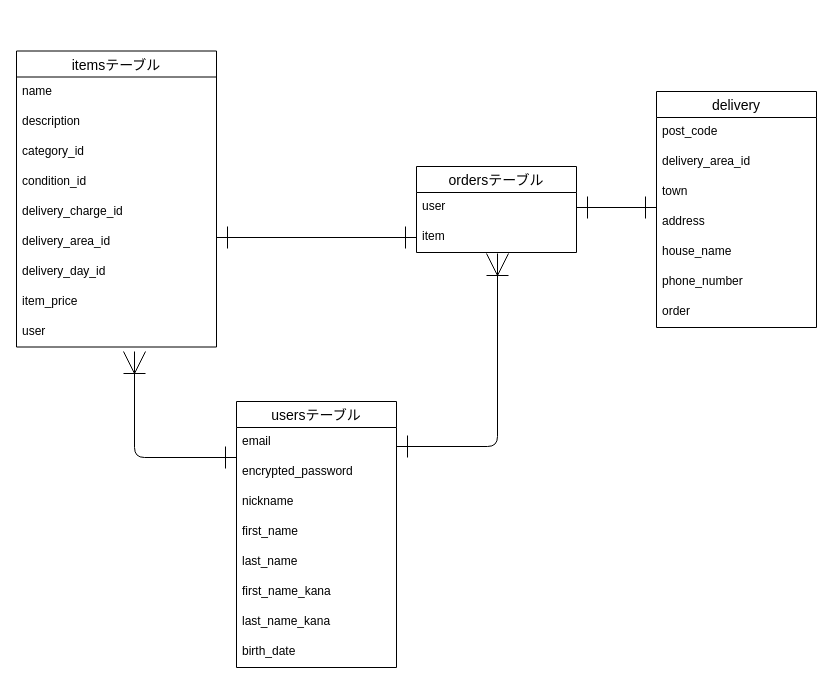
The draw.io diagram furima.dio in rinooooo/furima-38253, before the edit. Source tidied: cells renumbered, new cells numbered last; positions are measured from the earlier drawing's top-left corner, leaving out a move shared by most shapes. Both pictures are drawn from the tidied source at 100%, with x=0, y=0 at pixel (16, 51).
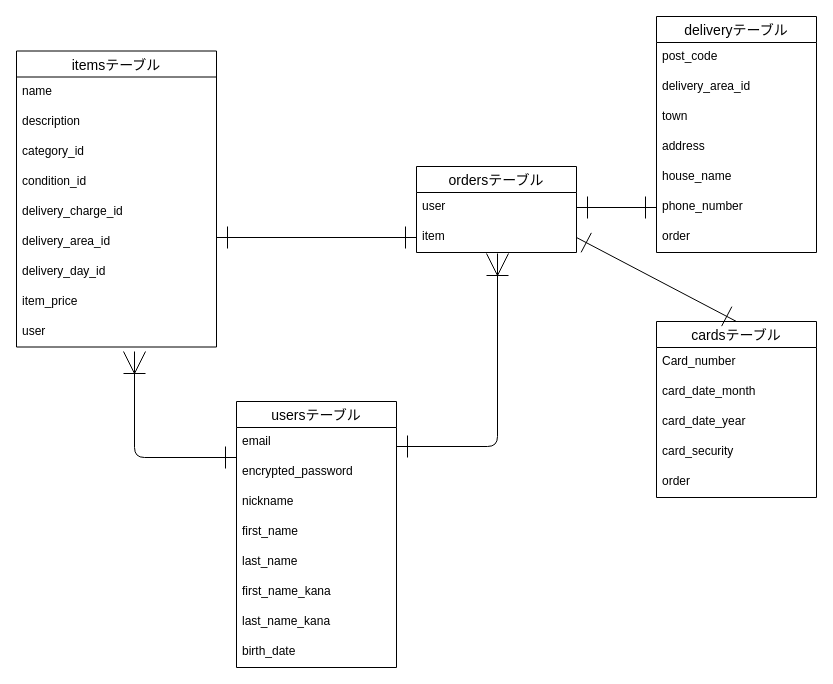
After the change.

Unchanged cells that the change refers to:
```xml
<mxCell id="4" value="item" style="text;strokeColor=none;fillColor=none;spacingLeft=4;spacingRight=4;overflow=hidden;points=[[0,0.5],[1,0.5]];portConstraint=eastwest;fontSize=12;" parent="2" vertex="1">
  <mxGeometry y="56" width="160" height="30" as="geometry" />
</mxCell>
```

What changed in the source:
```diff
@@
-    <mxCell id="28" value="delivery" style="swimlane;fontStyle=0;horizontal=1;startSize=26;align=center;fontSize=14;" parent="1" vertex="1">
-      <mxGeometry x="640" y="40" width="160" height="236" as="geometry" />
+    <mxCell id="28" value="deliveryテーブル" style="swimlane;fontStyle=0;horizontal=1;startSize=26;align=center;fontSize=14;" parent="1" vertex="1">
+      <mxGeometry x="640" y="-35" width="160" height="236" as="geometry" />
     </mxCell>
@@
+    <mxCell id="36" value="cardsテーブル" style="swimlane;fontStyle=0;horizontal=1;startSize=26;align=center;fontSize=14;" parent="1" vertex="1">
+      <mxGeometry x="640" y="270" width="160" height="176" as="geometry" />
+    </mxCell>
+    <mxCell id="37" value="Card_number" style="text;strokeColor=none;fillColor=none;spacingLeft=4;spacingRight=4;overflow=hidden;fontSize=12;" parent="36" vertex="1">
+      <mxGeometry y="26" width="160" height="30" as="geometry" />
+    </mxCell>
+    <mxCell id="38" value="card_date_month" style="text;strokeColor=none;fillColor=none;spacingLeft=4;spacingRight=4;overflow=hidden;fontSize=12;" parent="36" vertex="1">
+      <mxGeometry y="56" width="160" height="30" as="geometry" />
+    </mxCell>
+    <mxCell id="39" value="card_date_year" style="text;strokeColor=none;fillColor=none;spacingLeft=4;spacingRight=4;overflow=hidden;fontSize=12;" parent="36" vertex="1">
+      <mxGeometry y="86" width="160" height="30" as="geometry" />
+    </mxCell>
+    <mxCell id="40" value="card_security" style="text;strokeColor=none;fillColor=none;spacingLeft=4;spacingRight=4;overflow=hidden;fontSize=12;" parent="36" vertex="1">
+      <mxGeometry y="116" width="160" height="30" as="geometry" />
+    </mxCell>
+    <mxCell id="41" value="order" style="text;strokeColor=none;fillColor=none;spacingLeft=4;spacingRight=4;overflow=hidden;fontSize=12;" parent="36" vertex="1">
+      <mxGeometry y="146" width="160" height="30" as="geometry" />
+    </mxCell>
+    <mxCell id="42" style="edgeStyle=none;html=1;exitX=1;exitY=0.5;exitDx=0;exitDy=0;endArrow=ERone;endFill=0;startArrow=ERone;startFill=0;jumpSize=6;startSize=20;endSize=20;entryX=0.5;entryY=0;entryDx=0;entryDy=0;" parent="1" edge="1" source="4" target="36">
+      <mxGeometry relative="1" as="geometry" />
+    </mxCell>
```
